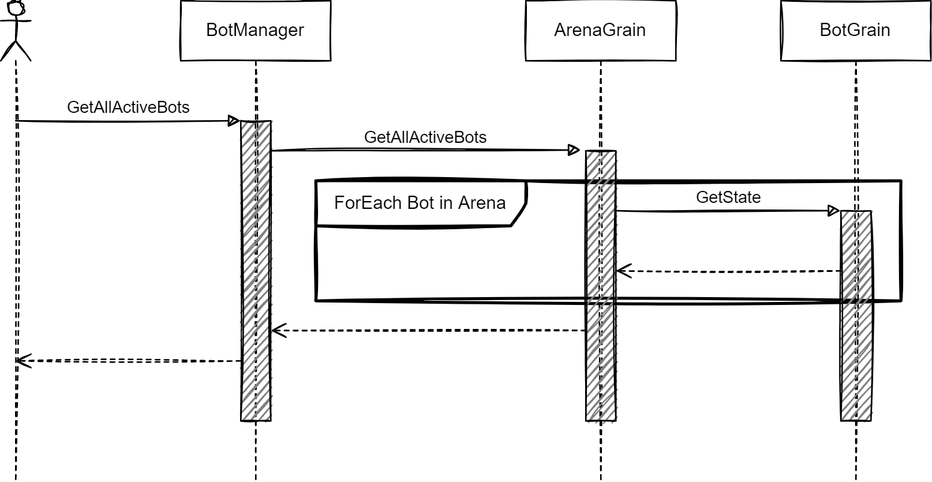
Djohnnie/CSharpWars-Orleans keeps this draw.io diagram as Drawings/Sequences/03-GetAllActiveBots.drawio.png. Above is the earlier version. Source tidied: cells renumbered, new cells last; positions are measured from the earlier drawing's top-left corner, leaving out a move shared by most shapes.
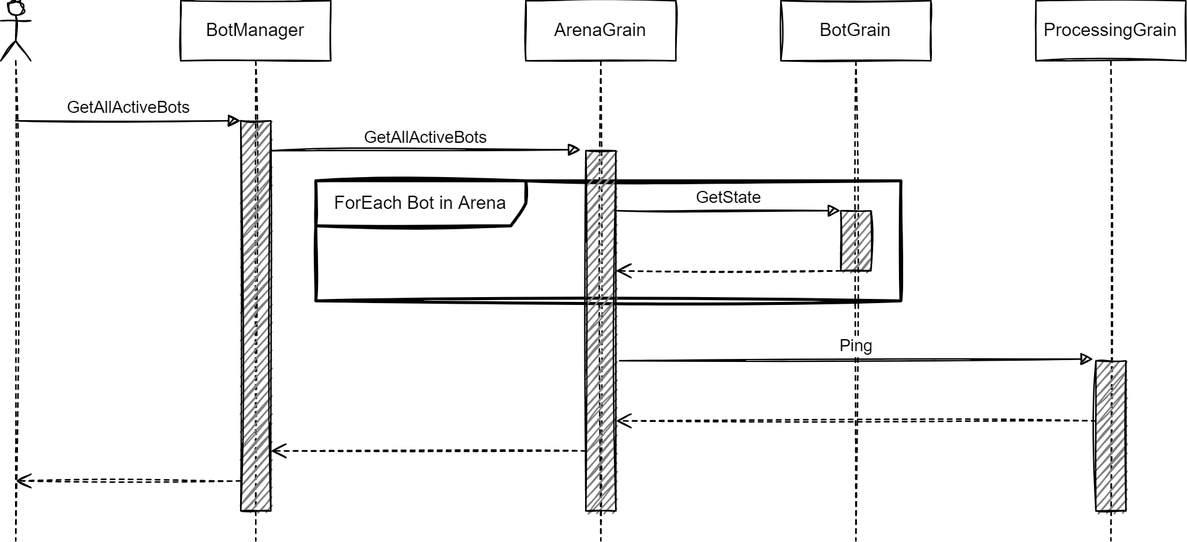
After the commit.

What changed in the source:
```diff
@@ -6,16 +6,16 @@
       <mxGeometry x="210" y="120" width="390" height="80" as="geometry" />
     </mxCell>
     <mxCell id="3" value="BotManager" style="shape=umlLifeline;perimeter=lifelinePerimeter;whiteSpace=wrap;html=1;sketch=1;" parent="1" vertex="1">
-      <mxGeometry x="120" width="100" height="320" as="geometry" />
+      <mxGeometry x="120" width="100" height="360" as="geometry" />
     </mxCell>
     <mxCell id="4" style="html=1;perimeter=orthogonalPerimeter;fillColor=#808080;sketch=1;" parent="3" vertex="1">
-      <mxGeometry x="40" y="80" width="20" height="200" as="geometry" />
+      <mxGeometry x="40" y="80" width="20" height="260" as="geometry" />
     </mxCell>
     <mxCell id="5" value="ArenaGrain" style="shape=umlLifeline;perimeter=lifelinePerimeter;whiteSpace=wrap;html=1;sketch=1;" parent="1" vertex="1">
-      <mxGeometry x="350" width="100" height="320" as="geometry" />
+      <mxGeometry x="350" width="100" height="360" as="geometry" />
     </mxCell>
     <mxCell id="6" style="html=1;points=[];perimeter=orthogonalPerimeter;fillColor=#808080;sketch=1;" parent="5" vertex="1">
-      <mxGeometry x="40" y="100" width="20" height="180" as="geometry" />
+      <mxGeometry x="40" y="100" width="20" height="240" as="geometry" />
     </mxCell>
     <mxCell id="7" style="html=1;verticalAlign=bottom;endArrow=open;dashed=1;endSize=8;sketch=1;" parent="5" edge="1">
       <mxGeometry relative="1" as="geometry">
@@ -23,8 +23,13 @@
         <mxPoint x="60" y="180" as="targetPoint" />
       </mxGeometry>
     </mxCell>
+    <mxCell id="16" style="html=1;verticalAlign=bottom;endArrow=open;dashed=1;endSize=8;sketch=1;" parent="5" edge="1" source="18">
+      <mxGeometry relative="1" as="geometry">
+        <mxPoint x="60" y="280" as="targetPoint" />
+      </mxGeometry>
+    </mxCell>
     <mxCell id="8" style="shape=umlLifeline;participant=umlActor;perimeter=lifelinePerimeter;whiteSpace=wrap;html=1;verticalAlign=top;spacingTop=36;sketch=1;" parent="1" vertex="1">
-      <mxGeometry width="20" height="320" as="geometry" />
+      <mxGeometry width="20" height="360" as="geometry" />
     </mxCell>
     <mxCell id="9" value="GetAllActiveBots" style="html=1;verticalAlign=bottom;endArrow=block;sketch=1;" parent="1" edge="1">
       <mxGeometry relative="1" as="geometry">
@@ -38,15 +43,15 @@
       </mxGeometry>
     </mxCell>
     <mxCell id="11" value="BotGrain" style="shape=umlLifeline;perimeter=lifelinePerimeter;whiteSpace=wrap;html=1;sketch=1;" parent="1" vertex="1">
-      <mxGeometry x="520" width="100" height="320" as="geometry" />
+      <mxGeometry x="520" width="100" height="360" as="geometry" />
     </mxCell>
     <mxCell id="12" style="html=1;perimeter=orthogonalPerimeter;fillColor=#808080;sketch=1;" parent="11" vertex="1">
-      <mxGeometry x="40" y="140" width="20" height="140" as="geometry" />
+      <mxGeometry x="40" y="140" width="20" height="40" as="geometry" />
     </mxCell>
     <mxCell id="13" style="html=1;verticalAlign=bottom;endArrow=open;dashed=1;endSize=8;sketch=1;" parent="1" edge="1">
       <mxGeometry relative="1" as="geometry">
-        <mxPoint x="390" y="219.8" as="sourcePoint" />
-        <mxPoint x="180" y="219.8" as="targetPoint" />
+        <mxPoint x="390" y="300" as="sourcePoint" />
+        <mxPoint x="180" y="300" as="targetPoint" />
       </mxGeometry>
     </mxCell>
     <mxCell id="14" value="GetState" style="html=1;verticalAlign=bottom;endArrow=block;entryX=0.897;entryY=0.249;entryDx=0;entryDy=0;entryPerimeter=0;sketch=1;" parent="1" edge="1" target="2">
@@ -56,9 +61,21 @@
     </mxCell>
     <mxCell id="15" style="html=1;verticalAlign=bottom;endArrow=open;dashed=1;endSize=8;sketch=1;" parent="1" edge="1">
       <mxGeometry relative="1" as="geometry">
-        <mxPoint x="160" y="240" as="sourcePoint" />
-        <mxPoint x="10" y="240" as="targetPoint" />
+        <mxPoint x="160" y="320" as="sourcePoint" />
+        <mxPoint x="10" y="320" as="targetPoint" />
       </mxGeometry>
     </mxCell>
+    <mxCell id="17" value="ProcessingGrain" style="shape=umlLifeline;perimeter=lifelinePerimeter;whiteSpace=wrap;html=1;sketch=1;" parent="1" vertex="1">
+      <mxGeometry x="690" width="100" height="360" as="geometry" />
+    </mxCell>
+    <mxCell id="18" style="html=1;points=[];perimeter=orthogonalPerimeter;fillColor=#808080;sketch=1;" parent="17" vertex="1">
+      <mxGeometry x="40" y="240" width="20" height="100" as="geometry" />
+    </mxCell>
+    <mxCell id="19" value="Ping" style="html=1;verticalAlign=bottom;endArrow=block;sketch=1;entryX=-0.088;entryY=0.404;entryDx=0;entryDy=0;entryPerimeter=0;exitX=1.122;exitY=0.508;exitDx=0;exitDy=0;exitPerimeter=0;" parent="1" edge="1">
+      <mxGeometry relative="1" as="geometry">
+        <mxPoint x="412.4" y="239.9" as="sourcePoint" />
+        <mxPoint x="728.2" y="238.8" as="targetPoint" />
+      </mxGeometry>
+    </mxCell>
   </root>
 </mxGraphModel>
```
